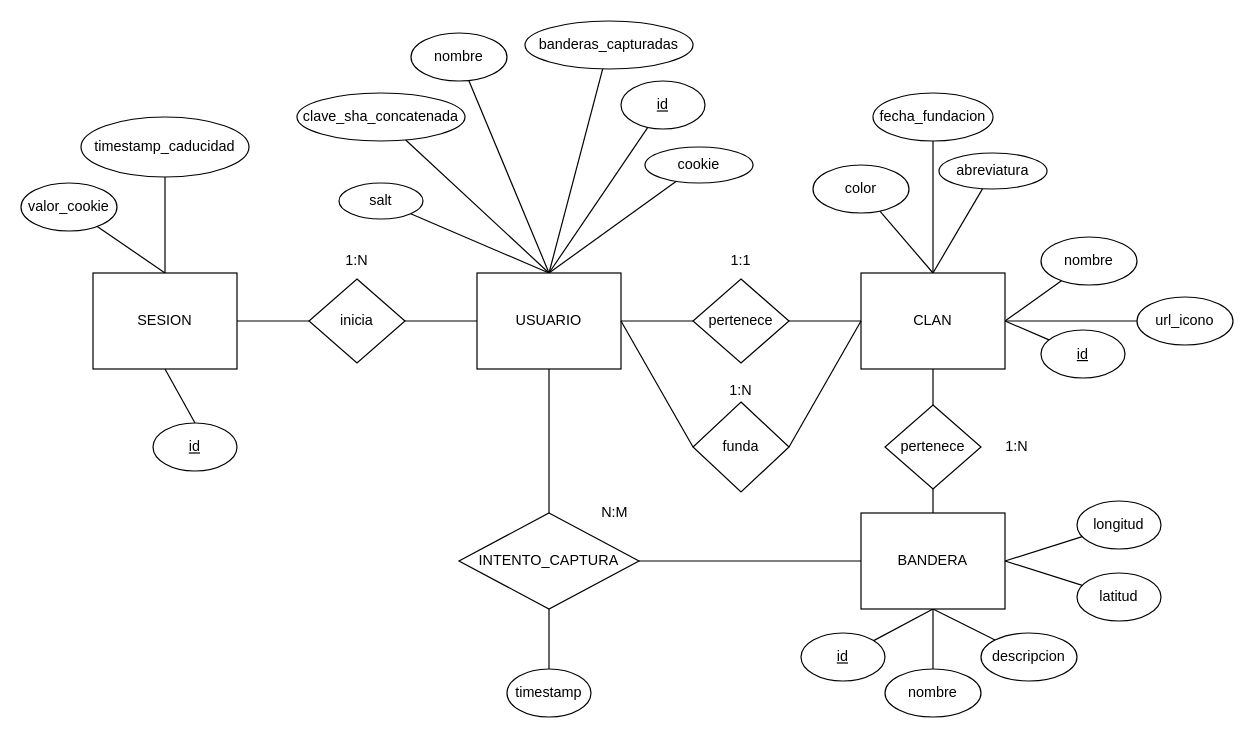
Above: doc/ER/ER.drawio in SrDyamond/StreetFight (draw.io), before the change. Source tidied: cells renumbered, new cells numbered last; positions are measured from the earlier drawing's top-left corner, leaving out a move shared by most shapes. Both pictures are drawn from the tidied source at 120%, with x=0, y=0 at pixel (20, 20).
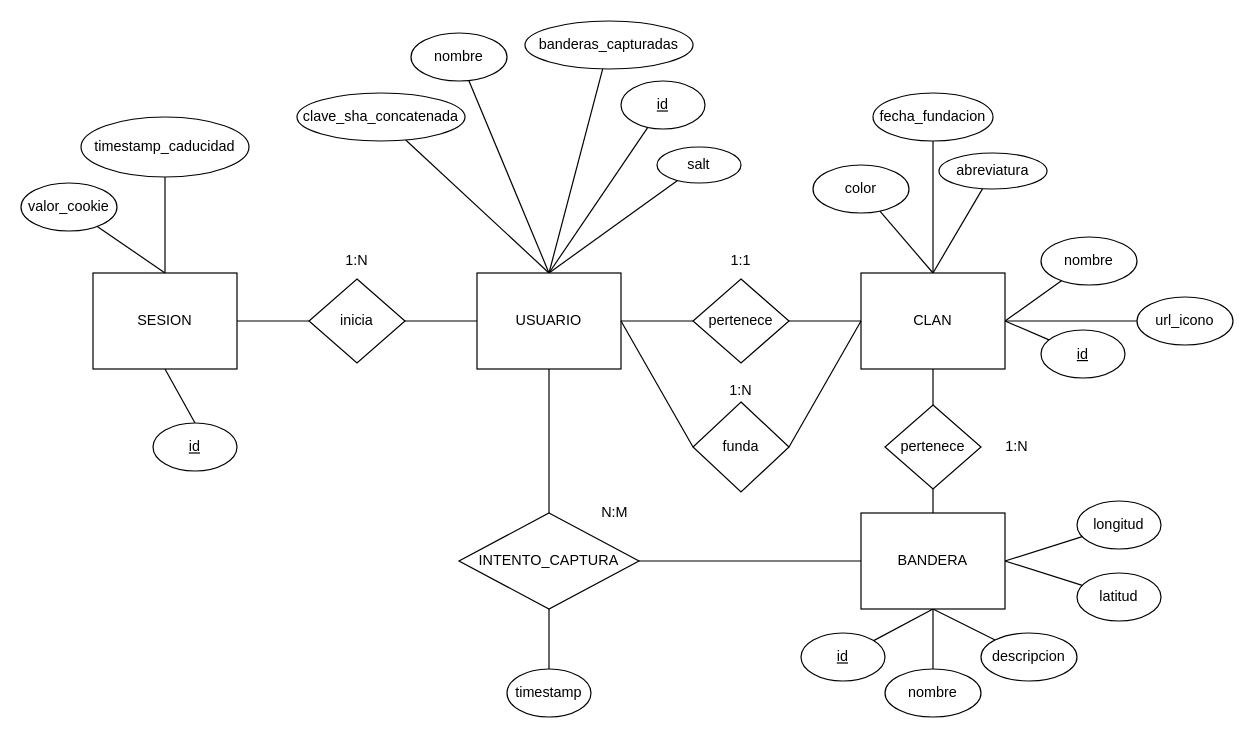
Above is the later version.

Unchanged cells that the change refers to:
```xml
<mxCell id="9" value="USUARIO" style="rounded=0;whiteSpace=wrap;html=1;" parent="1" vertex="1">
  <mxGeometry x="380" y="210" width="120" height="80" as="geometry" />
</mxCell>
```

Change to the diagram source:
```diff
@@
-    <mxCell id="7" style="edgeStyle=none;rounded=0;jettySize=auto;html=1;exitX=0.5;exitY=0;exitDx=0;exitDy=0;endArrow=none;endFill=0;" parent="1" edge="1" source="9" target="29">
-      <mxGeometry relative="1" as="geometry" />
-    </mxCell>
@@
     <mxCell id="27" value="salt" style="ellipse;whiteSpace=wrap;html=1;" parent="1" vertex="1">
-      <mxGeometry x="265" y="135" width="70" height="30" as="geometry" />
+      <mxGeometry x="530" y="105" width="70" height="30" as="geometry" />
     </mxCell>
@@
-    <mxCell id="29" value="cookie" style="ellipse;whiteSpace=wrap;html=1;" parent="1" vertex="1">
-      <mxGeometry x="520" y="105" width="90" height="30" as="geometry" />
-    </mxCell>
```
